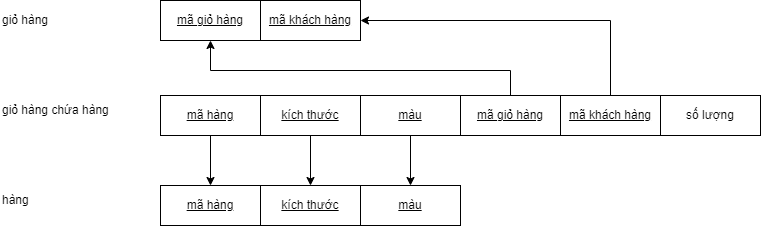
Above: img/database/mapping/mapping-cart.png in hienbui-iwrp/DACN_report (draw.io), before the change. Source tidied: cells renumbered, new cells last; positions are measured from the earlier drawing's top-left corner, leaving out a move shared by most shapes. Its diagram source:
```xml
<mxGraphModel>
  <root>
    <mxCell id="0" />
    <mxCell id="1" parent="0" />
    <mxCell id="2" value="giỏ hàng chứa hàng" style="text;html=1;align=left;verticalAlign=middle;strokeColor=none;fillColor=none;" parent="1" vertex="1">
      <mxGeometry y="95" width="130" height="30" as="geometry" />
    </mxCell>
    <mxCell id="3" value="&lt;u&gt;mã giỏ hàng&lt;/u&gt;" style="rounded=0;whiteSpace=wrap;html=1;" parent="1" vertex="1">
      <mxGeometry x="460" y="95" width="100" height="40" as="geometry" />
    </mxCell>
    <mxCell id="4" style="edgeStyle=orthogonalEdgeStyle;rounded=0;jettySize=auto;html=1;" parent="1" edge="1" source="5" target="12">
      <mxGeometry relative="1" as="geometry" />
    </mxCell>
    <mxCell id="5" value="&lt;u&gt;mã hàng&lt;/u&gt;" style="rounded=0;whiteSpace=wrap;html=1;" parent="1" vertex="1">
      <mxGeometry x="160" y="95" width="100" height="40" as="geometry" />
    </mxCell>
    <mxCell id="6" style="edgeStyle=orthogonalEdgeStyle;rounded=0;jettySize=auto;html=1;" parent="1" edge="1" source="7" target="13">
      <mxGeometry relative="1" as="geometry" />
    </mxCell>
    <mxCell id="7" value="&lt;u&gt;kích thước&lt;/u&gt;" style="rounded=0;whiteSpace=wrap;html=1;" parent="1" vertex="1">
      <mxGeometry x="260" y="95" width="100" height="40" as="geometry" />
    </mxCell>
    <mxCell id="8" style="edgeStyle=orthogonalEdgeStyle;rounded=0;jettySize=auto;html=1;" parent="1" edge="1" source="9" target="14">
      <mxGeometry relative="1" as="geometry" />
    </mxCell>
    <mxCell id="9" value="&lt;u&gt;màu&lt;/u&gt;" style="rounded=0;whiteSpace=wrap;html=1;" parent="1" vertex="1">
      <mxGeometry x="360" y="95" width="100" height="40" as="geometry" />
    </mxCell>
    <mxCell id="10" value="số lượng" style="rounded=0;whiteSpace=wrap;html=1;" parent="1" vertex="1">
      <mxGeometry x="660" y="95" width="100" height="40" as="geometry" />
    </mxCell>
    <mxCell id="11" value="hàng" style="text;html=1;align=left;verticalAlign=middle;strokeColor=none;fillColor=none;" parent="1" vertex="1">
      <mxGeometry y="185" width="50" height="30" as="geometry" />
    </mxCell>
    <mxCell id="12" value="&lt;u&gt;mã hàng&lt;/u&gt;" style="rounded=0;whiteSpace=wrap;html=1;" parent="1" vertex="1">
      <mxGeometry x="160" y="185" width="100" height="40" as="geometry" />
    </mxCell>
    <mxCell id="13" value="&lt;u&gt;kích thước&lt;/u&gt;" style="rounded=0;whiteSpace=wrap;html=1;" parent="1" vertex="1">
      <mxGeometry x="260" y="185" width="100" height="40" as="geometry" />
    </mxCell>
    <mxCell id="14" value="&lt;u&gt;màu&lt;/u&gt;" style="rounded=0;whiteSpace=wrap;html=1;" parent="1" vertex="1">
      <mxGeometry x="360" y="185" width="100" height="40" as="geometry" />
    </mxCell>
    <mxCell id="15" value="&lt;u&gt;mã khách hàng&lt;/u&gt;" style="rounded=0;whiteSpace=wrap;html=1;" parent="1" vertex="1">
      <mxGeometry x="560" y="95" width="100" height="40" as="geometry" />
    </mxCell>
    <mxCell id="16" value="giỏ hàng" style="text;html=1;align=left;verticalAlign=middle;strokeColor=none;fillColor=none;" parent="1" vertex="1">
      <mxGeometry y="5" width="70" height="30" as="geometry" />
    </mxCell>
    <mxCell id="17" value="&lt;u&gt;mã giỏ hàng&lt;/u&gt;" style="rounded=0;whiteSpace=wrap;html=1;" parent="1" vertex="1">
      <mxGeometry x="160" width="100" height="40" as="geometry" />
    </mxCell>
    <mxCell id="18" value="&lt;u&gt;mã khách hàng&lt;/u&gt;" style="rounded=0;whiteSpace=wrap;html=1;" parent="1" vertex="1">
      <mxGeometry x="260" width="100" height="40" as="geometry" />
    </mxCell>
    <mxCell id="19" style="edgeStyle=orthogonalEdgeStyle;rounded=0;jettySize=auto;html=1;" parent="1" edge="1" source="3" target="17">
      <mxGeometry relative="1" as="geometry">
        <Array as="points">
          <mxPoint x="510" y="70" />
          <mxPoint x="210" y="70" />
        </Array>
      </mxGeometry>
    </mxCell>
    <mxCell id="20" style="edgeStyle=orthogonalEdgeStyle;rounded=0;jettySize=auto;html=1;" parent="1" edge="1" source="15" target="18">
      <mxGeometry relative="1" as="geometry">
        <Array as="points">
          <mxPoint x="610" y="20" />
        </Array>
      </mxGeometry>
    </mxCell>
  </root>
</mxGraphModel>
```
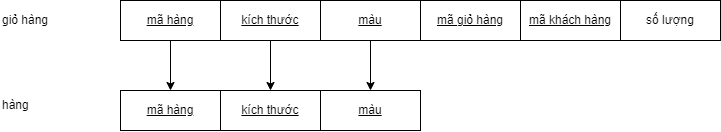
Above is the later version.

What changed in the source:
```diff
@@ -2,8 +2,8 @@
   <root>
     <mxCell id="0" />
     <mxCell id="1" parent="0" />
-    <mxCell id="2" value="giỏ hàng chứa hàng" style="text;html=1;align=left;verticalAlign=middle;strokeColor=none;fillColor=none;" parent="1" vertex="1">
-      <mxGeometry y="95" width="130" height="30" as="geometry" />
+    <mxCell id="2" value="giỏ hàng&amp;nbsp;" style="text;html=1;align=left;verticalAlign=middle;strokeColor=none;fillColor=none;" parent="1" vertex="1">
+      <mxGeometry x="40" y="100" width="70" height="30" as="geometry" />
     </mxCell>
     <mxCell id="3" value="&lt;u&gt;mã giỏ hàng&lt;/u&gt;" style="rounded=0;whiteSpace=wrap;html=1;" parent="1" vertex="1">
       <mxGeometry x="460" y="95" width="100" height="40" as="geometry" />
@@ -30,7 +30,7 @@
       <mxGeometry x="660" y="95" width="100" height="40" as="geometry" />
     </mxCell>
     <mxCell id="11" value="hàng" style="text;html=1;align=left;verticalAlign=middle;strokeColor=none;fillColor=none;" parent="1" vertex="1">
-      <mxGeometry y="185" width="50" height="30" as="geometry" />
+      <mxGeometry x="40" y="185" width="50" height="30" as="geometry" />
     </mxCell>
     <mxCell id="12" value="&lt;u&gt;mã hàng&lt;/u&gt;" style="rounded=0;whiteSpace=wrap;html=1;" parent="1" vertex="1">
       <mxGeometry x="160" y="185" width="100" height="40" as="geometry" />
@@ -44,29 +44,5 @@
     <mxCell id="15" value="&lt;u&gt;mã khách hàng&lt;/u&gt;" style="rounded=0;whiteSpace=wrap;html=1;" parent="1" vertex="1">
       <mxGeometry x="560" y="95" width="100" height="40" as="geometry" />
     </mxCell>
-    <mxCell id="16" value="giỏ hàng" style="text;html=1;align=left;verticalAlign=middle;strokeColor=none;fillColor=none;" parent="1" vertex="1">
-      <mxGeometry y="5" width="70" height="30" as="geometry" />
-    </mxCell>
-    <mxCell id="17" value="&lt;u&gt;mã giỏ hàng&lt;/u&gt;" style="rounded=0;whiteSpace=wrap;html=1;" parent="1" vertex="1">
-      <mxGeometry x="160" width="100" height="40" as="geometry" />
-    </mxCell>
-    <mxCell id="18" value="&lt;u&gt;mã khách hàng&lt;/u&gt;" style="rounded=0;whiteSpace=wrap;html=1;" parent="1" vertex="1">
-      <mxGeometry x="260" width="100" height="40" as="geometry" />
-    </mxCell>
-    <mxCell id="19" style="edgeStyle=orthogonalEdgeStyle;rounded=0;jettySize=auto;html=1;" parent="1" edge="1" source="3" target="17">
-      <mxGeometry relative="1" as="geometry">
-        <Array as="points">
-          <mxPoint x="510" y="70" />
-          <mxPoint x="210" y="70" />
-        </Array>
-      </mxGeometry>
-    </mxCell>
-    <mxCell id="20" style="edgeStyle=orthogonalEdgeStyle;rounded=0;jettySize=auto;html=1;" parent="1" edge="1" source="15" target="18">
-      <mxGeometry relative="1" as="geometry">
-        <Array as="points">
-          <mxPoint x="610" y="20" />
-        </Array>
-      </mxGeometry>
-    </mxCell>
   </root>
 </mxGraphModel>
```
